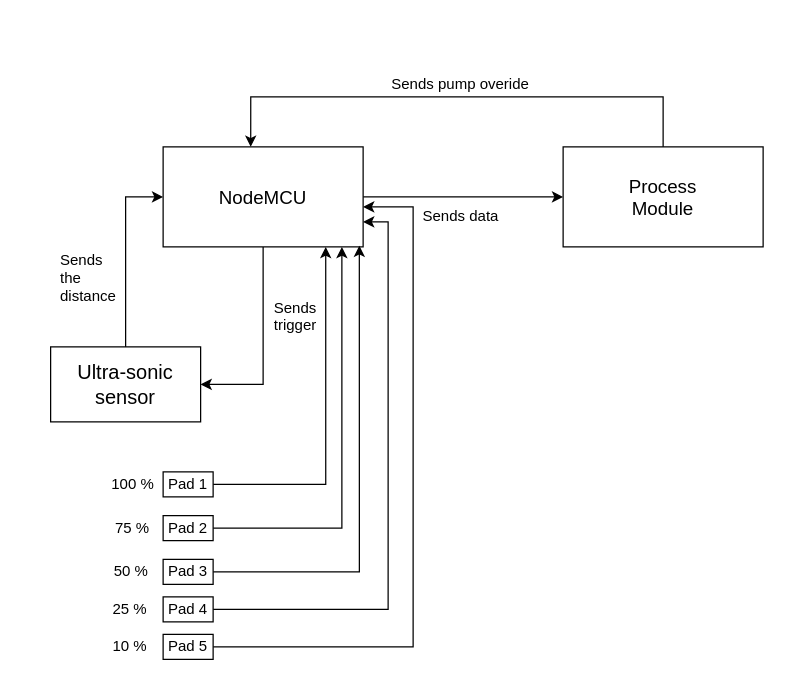
Above: Diagrams/water-level-module.drawio in sashuu69/iot-water-level-indicator (draw.io), before the change. Source tidied: cells renumbered, new cells numbered last; positions are measured from the earlier drawing's top-left corner, leaving out a move shared by most shapes. Both pictures are drawn from the tidied source at 125%, with x=0, y=0 at pixel (50, 71).
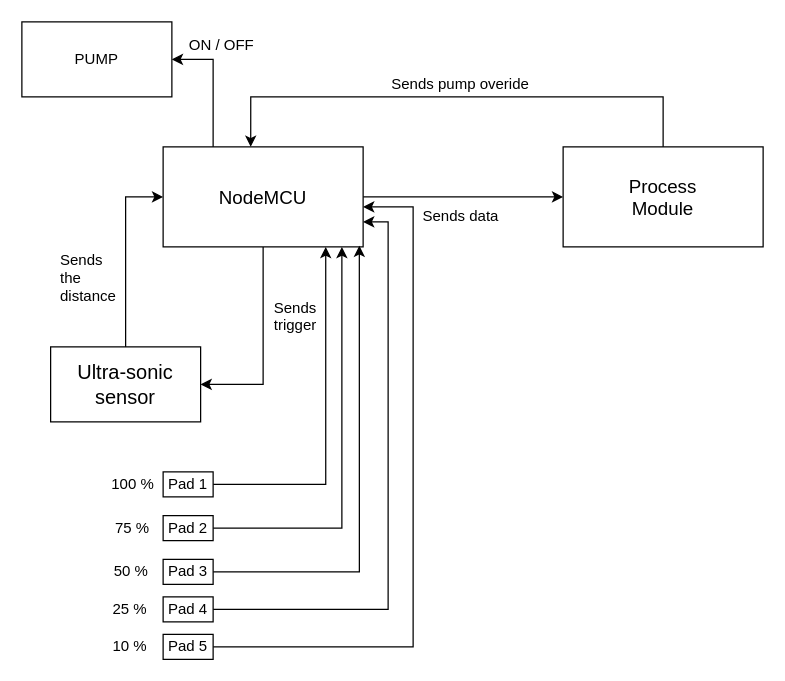
The same diagram, later.

The change refers to these unchanged cells:
```xml
<mxCell id="6" value="&lt;font style=&quot;font-size: 15px&quot;&gt;NodeMCU&lt;/font&gt;" style="rounded=0;whiteSpace=wrap;html=1;" parent="1" vertex="1">
  <mxGeometry x="90" y="60" width="160" height="80" as="geometry" />
</mxCell>
```

Diff of the diagram source:
```diff
@@
+    <mxCell id="28" style="edgeStyle=orthogonalEdgeStyle;rounded=0;jettySize=auto;html=1;exitX=0.25;exitY=0;exitDx=0;exitDy=0;entryX=1;entryY=0.5;entryDx=0;entryDy=0;" parent="1" edge="1" source="6" target="29">
+      <mxGeometry relative="1" as="geometry" />
+    </mxCell>
@@
+    <mxCell id="29" value="PUMP" style="rounded=0;whiteSpace=wrap;html=1;" parent="1" vertex="1">
+      <mxGeometry x="-23" y="-40" width="120" height="60" as="geometry" />
+    </mxCell>
+    <mxCell id="30" value="ON / OFF" style="text;html=1;align=left;verticalAlign=top;spacingTop=-4;" parent="1" vertex="1">
+      <mxGeometry x="109" y="-31" width="70" height="20" as="geometry" />
+    </mxCell>
```
